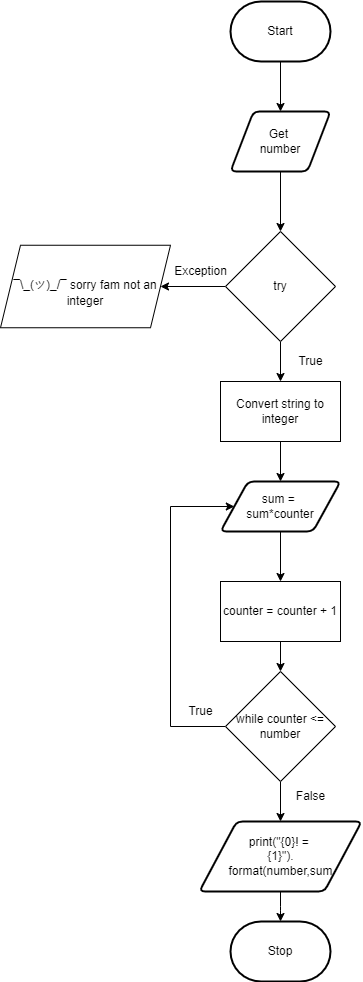
Earlier version of the draw.io export flowchart.png (Huzaifa-Khalid-2/ICS3U-Unit4-02-Python). Source tidied: cells renumbered, new cells last; positions are measured from the earlier drawing's top-left corner, leaving out a move shared by most shapes.
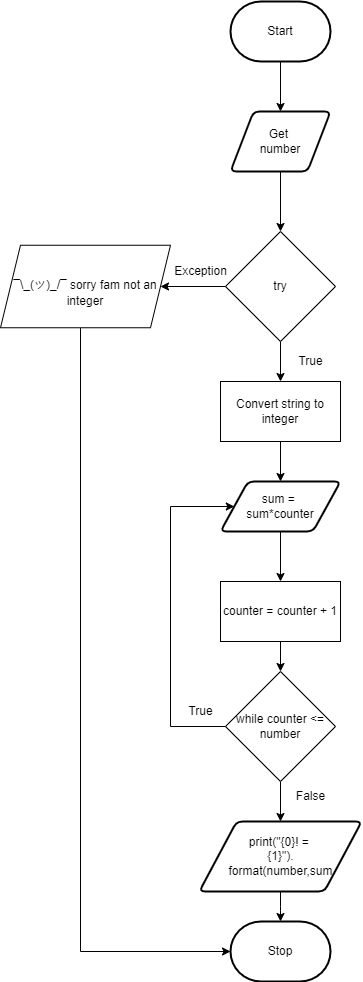
Above is the later version.

Change to the diagram source:
```diff
@@ -53,6 +53,14 @@
     <mxCell id="16" value="Exception" style="text;html=1;align=center;verticalAlign=middle;strokeColor=none;fillColor=none;" parent="1" vertex="1">
       <mxGeometry x="165" y="260" width="70" height="20" as="geometry" />
     </mxCell>
+    <mxCell id="26" style="edgeStyle=elbowEdgeStyle;html=1;entryX=0;entryY=0.5;entryDx=0;entryDy=0;entryPerimeter=0;rounded=0;" parent="1" edge="1" source="17" target="4">
+      <mxGeometry relative="1" as="geometry">
+        <Array as="points">
+          <mxPoint x="80" y="390" />
+          <mxPoint x="60" y="620" />
+        </Array>
+      </mxGeometry>
+    </mxCell>
     <mxCell id="17" value="&lt;h2 style=&quot;box-sizing: border-box ; line-height: 14px ; margin-top: 20px ; margin-bottom: 10px&quot;&gt;&lt;font face=&quot;arial, helvetica, open sans&quot;&gt;&lt;span style=&quot;font-size: 12px ; font-weight: 500&quot;&gt;¯\_(ツ)_/¯ sorry fam not an integer&lt;/span&gt;&lt;/font&gt;&lt;br&gt;&lt;/h2&gt;" style="shape=parallelogram;perimeter=parallelogramPerimeter;whiteSpace=wrap;html=1;fixedSize=1;" parent="1" vertex="1">
       <mxGeometry y="243.8" width="170" height="82.5" as="geometry" />
     </mxCell>
```
